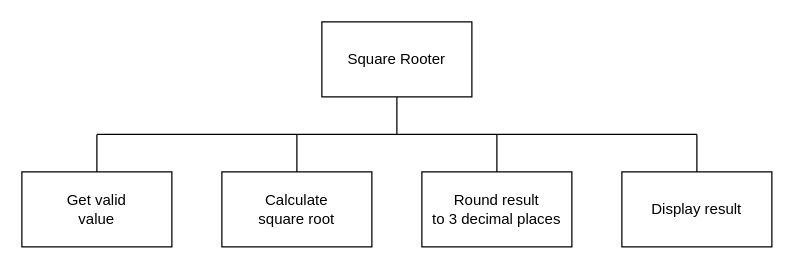
This is page "sd1" (1 of 2) of n5-cs/sdd/N5-SDD-Summer2/assets/N5 SDD Summer.drawio from MrFriendCS/MrFriendCS.github.io, a draw.io file, before an edit. Source tidied: cells renumbered, new cells numbered last; positions are measured from the earlier drawing's top-left corner, leaving out a move shared by most shapes. Both pictures are drawn from the tidied source at 125%, with x=0, y=0 at pixel (21, 21).
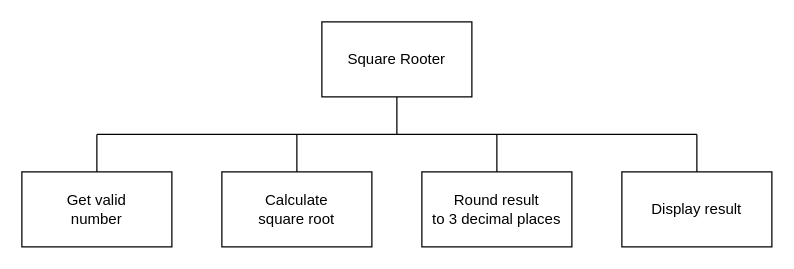
The same page after the edit.

Diff of the diagram source:
```diff
@@
 <mxGraphModel>
   <root>
     <mxCell id="0" />
     <mxCell id="1" parent="0" />
     <mxCell id="2" style="edgeStyle=orthogonalEdgeStyle;shape=connector;rounded=0;jettySize=auto;html=1;exitX=0.5;exitY=1;exitDx=0;exitDy=0;labelBackgroundColor=default;strokeColor=default;fontFamily=Helvetica;fontSize=11;fontColor=default;endArrow=none;endFill=0;" parent="1" edge="1" source="3">
       <mxGeometry relative="1" as="geometry">
         <mxPoint x="300" y="90" as="targetPoint" />
       </mxGeometry>
     </mxCell>
     <mxCell id="3" value="Square Rooter" style="rounded=0;whiteSpace=wrap;html=1;fillColor=none;" parent="1" vertex="1">
       <mxGeometry x="240" width="120" height="60" as="geometry" />
     </mxCell>
     <mxCell id="4" style="edgeStyle=orthogonalEdgeStyle;rounded=0;jettySize=auto;html=1;exitX=0.5;exitY=0;exitDx=0;exitDy=0;endArrow=none;endFill=0;" parent="1" edge="1" source="5">
       <mxGeometry relative="1" as="geometry">
         <mxPoint x="60" y="90" as="targetPoint" />
       </mxGeometry>
     </mxCell>
-    <mxCell id="5" value="Get valid&lt;div&gt;value&lt;/div&gt;" style="rounded=0;whiteSpace=wrap;html=1;fillColor=none;" parent="1" vertex="1">
+    <mxCell id="5" value="Get valid&lt;div&gt;number&lt;/div&gt;" style="rounded=0;whiteSpace=wrap;html=1;fillColor=none;" parent="1" vertex="1">
       <mxGeometry y="120" width="120" height="60" as="geometry" />
     </mxCell>
     <mxCell id="6" style="edgeStyle=orthogonalEdgeStyle;rounded=0;jettySize=auto;html=1;exitX=0.5;exitY=0;exitDx=0;exitDy=0;endArrow=none;endFill=0;" parent="1" edge="1" source="7">
       <mxGeometry relative="1" as="geometry">
         <mxPoint x="380" y="90" as="targetPoint" />
       </mxGeometry>
     </mxCell>
     <mxCell id="7" value="Round result&lt;div&gt;to 3 decimal places&lt;/div&gt;" style="rounded=0;whiteSpace=wrap;html=1;fillColor=none;" parent="1" vertex="1">
       <mxGeometry x="320" y="120" width="120" height="60" as="geometry" />
     </mxCell>
     <mxCell id="8" style="edgeStyle=orthogonalEdgeStyle;rounded=0;jettySize=auto;html=1;exitX=0.5;exitY=0;exitDx=0;exitDy=0;endArrow=none;endFill=0;" parent="1" edge="1" source="9">
       <mxGeometry relative="1" as="geometry">
         <mxPoint x="540" y="90" as="targetPoint" />
       </mxGeometry>
     </mxCell>
     <mxCell id="9" value="Display result" style="rounded=0;whiteSpace=wrap;html=1;fillColor=none;" parent="1" vertex="1">
       <mxGeometry x="480" y="120" width="120" height="60" as="geometry" />
     </mxCell>
     <mxCell id="10" style="endArrow=none;html=1;rounded=0;" parent="1" edge="1">
       <mxGeometry relative="1" as="geometry">
         <mxPoint x="60" y="90" as="sourcePoint" />
         <mxPoint x="540" y="90" as="targetPoint" />
       </mxGeometry>
     </mxCell>
     <mxCell id="11" style="edgeStyle=none;shape=connector;rounded=0;jettySize=auto;html=1;exitX=0.5;exitY=0;exitDx=0;exitDy=0;strokeColor=default;align=center;verticalAlign=middle;fontFamily=Helvetica;fontSize=11;fontColor=default;labelBackgroundColor=default;endArrow=none;endFill=0;" parent="1" edge="1" source="12">
       <mxGeometry relative="1" as="geometry">
         <mxPoint x="220" y="90" as="targetPoint" />
       </mxGeometry>
     </mxCell>
     <mxCell id="12" value="Calculate&lt;div&gt;square root&lt;/div&gt;" style="rounded=0;whiteSpace=wrap;html=1;fillColor=none;" parent="1" vertex="1">
       <mxGeometry x="160" y="120" width="120" height="60" as="geometry" />
     </mxCell>
   </root>
 </mxGraphModel>
```
